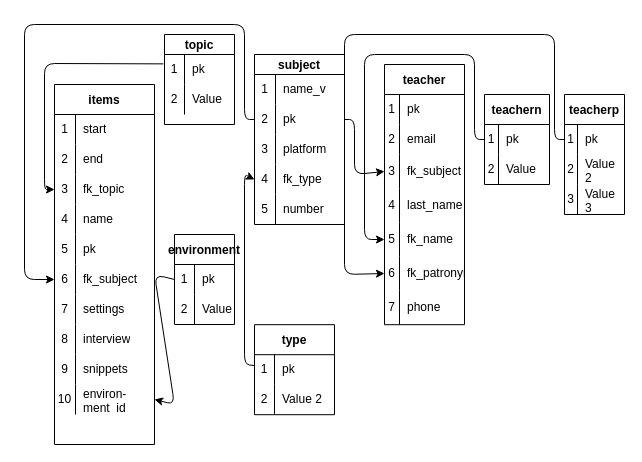
The draw.io diagram Named/VideoHandler/db_education.drawio in peresvladi/web, before the edit. Source tidied: cells renumbered, new cells numbered last; positions are measured from the earlier drawing's top-left corner, leaving out a move shared by most shapes. Both pictures are drawn from the tidied source at 100%, with x=0, y=0 at pixel (24, 24).
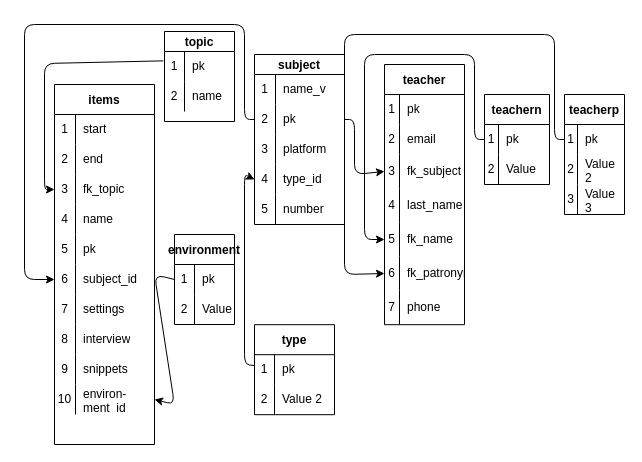
The same diagram, later.

Unchanged cells that the change refers to:
```xml
<mxCell id="18" style="shape=tableRow;horizontal=0;startSize=0;swimlaneHead=0;swimlaneBody=0;top=0;left=0;bottom=0;right=0;fillColor=none;points=[[0,0.5],[1,0.5]];portConstraint=eastwest;" parent="2" vertex="1">
  <mxGeometry y="180" width="100" height="30" as="geometry" />
</mxCell>
<mxCell id="45" style="shape=tableRow;horizontal=0;startSize=0;swimlaneHead=0;swimlaneBody=0;top=0;left=0;bottom=0;right=0;fillColor=none;points=[[0,0.5],[1,0.5]];portConstraint=eastwest;" parent="35" vertex="1">
  <mxGeometry y="110" width="90" height="30" as="geometry" />
</mxCell>
<mxCell id="56" style="shape=tableRow;horizontal=0;startSize=0;swimlaneHead=0;swimlaneBody=0;top=0;left=0;bottom=0;right=0;fillColor=none;" parent="52" vertex="1">
  <mxGeometry y="50" width="70" height="30" as="geometry" />
</mxCell>
```

The edit, as a diff of the source:
```diff
@@
-    <mxCell id="20" value="fk_subject" style="shape=partialRectangle;html=1;whiteSpace=wrap;fillColor=none;top=0;left=0;bottom=0;right=0;align=left;spacingLeft=6;overflow=hidden;" parent="18" vertex="1">
+    <mxCell id="20" value="subject_id" style="shape=partialRectangle;html=1;whiteSpace=wrap;fillColor=none;top=0;left=0;bottom=0;right=0;align=left;spacingLeft=6;overflow=hidden;" parent="18" vertex="1">
       <mxGeometry x="21" width="79" height="30" as="geometry" />
     </mxCell>
@@
-    <mxCell id="47" value="fk_type" style="shape=partialRectangle;html=1;whiteSpace=wrap;fillColor=none;top=0;left=0;bottom=0;right=0;align=left;spacingLeft=6;overflow=hidden;" parent="45" vertex="1">
+    <mxCell id="47" value="type_id" style="shape=partialRectangle;html=1;whiteSpace=wrap;fillColor=none;top=0;left=0;bottom=0;right=0;align=left;spacingLeft=6;overflow=hidden;" parent="45" vertex="1">
       <mxGeometry x="21" width="69" height="30" as="geometry" />
     </mxCell>
@@
     <mxCell id="52" value="topic" style="shape=table;startSize=20;childLayout=tableLayout;rowLines=0;fontStyle=1;" parent="1" vertex="1">
-      <mxGeometry x="140" y="10" width="70" height="90" as="geometry" />
+      <mxGeometry x="140" y="7" width="70" height="90" as="geometry" />
     </mxCell>
@@
-    <mxCell id="58" value="Value&amp;nbsp;" style="shape=partialRectangle;html=1;whiteSpace=wrap;fillColor=none;top=0;left=0;bottom=0;right=0;align=left;spacingLeft=6;overflow=hidden;" parent="56" vertex="1">
+    <mxCell id="58" value="name" style="shape=partialRectangle;html=1;whiteSpace=wrap;fillColor=none;top=0;left=0;bottom=0;right=0;align=left;spacingLeft=6;overflow=hidden;" parent="56" vertex="1">
       <mxGeometry x="20" width="50" height="30" as="geometry" />
     </mxCell>
```
